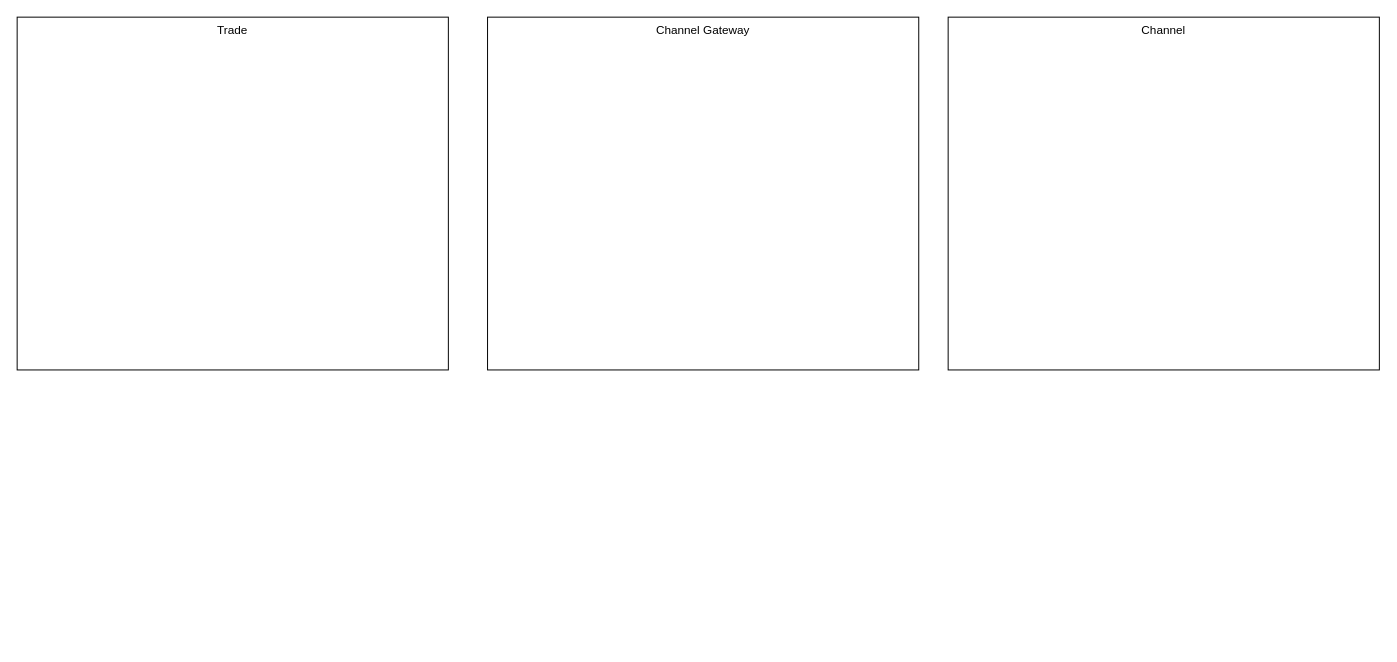
catface996/images keeps this draw.io diagram as reconciliation solution.drawio. Above is the earlier version. Source tidied: cells renumbered, new cells numbered last; positions are measured from the earlier drawing's top-left corner, leaving out a move shared by most shapes. Both pictures are drawn from the tidied source at 98%, with x=0, y=0 at pixel (17, 17).
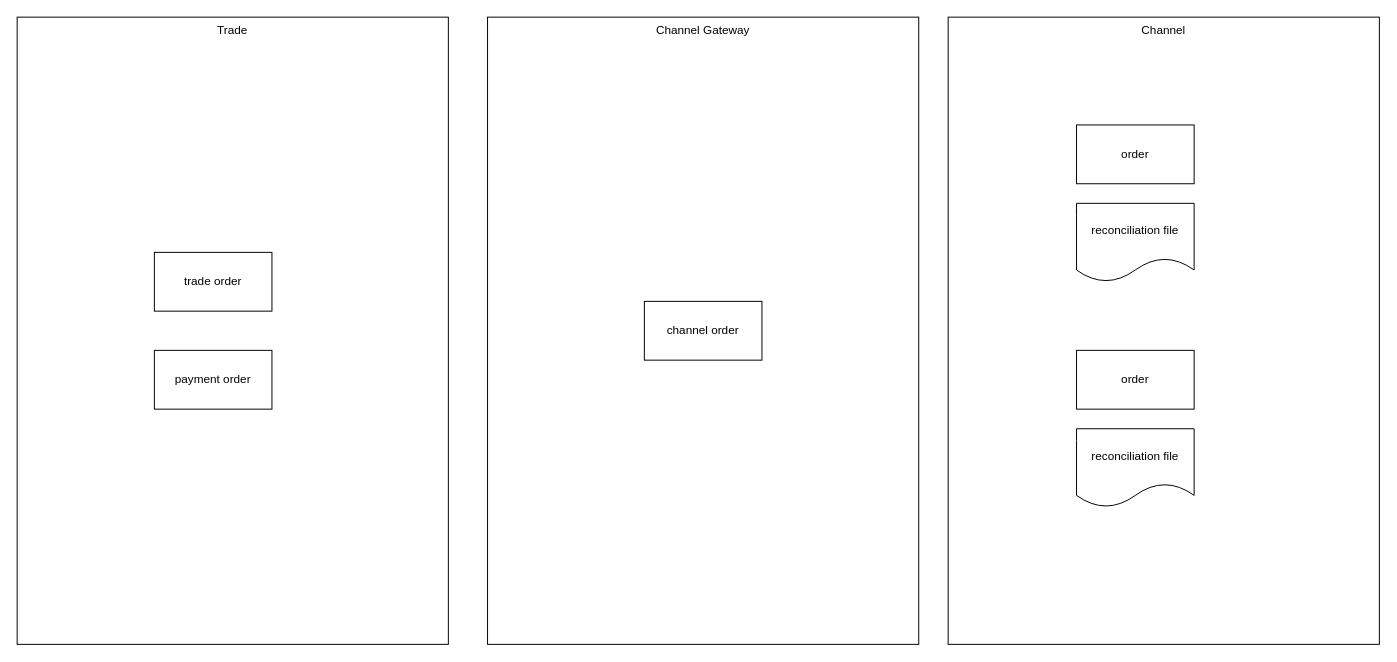
The same page after the edit.

Diff of the diagram source:
```diff
@@
 <mxGraphModel>
   <root>
     <mxCell id="0" />
     <mxCell id="1" parent="0" />
     <mxCell id="2" value="Trade" style="rounded=0;whiteSpace=wrap;html=1;align=center;verticalAlign=top;" parent="1" vertex="1">
-      <mxGeometry width="440" height="360" as="geometry" />
+      <mxGeometry width="440" height="640" as="geometry" />
     </mxCell>
     <mxCell id="3" value="Channel Gateway" style="rounded=0;whiteSpace=wrap;html=1;align=center;verticalAlign=top;" parent="1" vertex="1">
-      <mxGeometry x="480" width="440" height="360" as="geometry" />
+      <mxGeometry x="480" width="440" height="640" as="geometry" />
     </mxCell>
     <mxCell id="4" value="Channel" style="rounded=0;whiteSpace=wrap;html=1;align=center;verticalAlign=top;" parent="1" vertex="1">
-      <mxGeometry x="950" width="440" height="360" as="geometry" />
+      <mxGeometry x="950" width="440" height="640" as="geometry" />
     </mxCell>
+    <mxCell id="5" value="trade order" style="rounded=0;whiteSpace=wrap;html=1;" parent="1" vertex="1">
+      <mxGeometry x="140" y="240" width="120" height="60" as="geometry" />
+    </mxCell>
+    <mxCell id="6" value="payment order" style="rounded=0;whiteSpace=wrap;html=1;" parent="1" vertex="1">
+      <mxGeometry x="140" y="340" width="120" height="60" as="geometry" />
+    </mxCell>
+    <mxCell id="7" value="channel order" style="rounded=0;whiteSpace=wrap;html=1;" parent="1" vertex="1">
+      <mxGeometry x="640" y="290" width="120" height="60" as="geometry" />
+    </mxCell>
+    <mxCell id="8" value="reconciliation file" style="shape=document;whiteSpace=wrap;html=1;boundedLbl=1;" parent="1" vertex="1">
+      <mxGeometry x="1081" y="420" width="120" height="80" as="geometry" />
+    </mxCell>
+    <mxCell id="9" value="order" style="rounded=0;whiteSpace=wrap;html=1;" parent="1" vertex="1">
+      <mxGeometry x="1081" y="340" width="120" height="60" as="geometry" />
+    </mxCell>
+    <mxCell id="10" value="reconciliation file" style="shape=document;whiteSpace=wrap;html=1;boundedLbl=1;" parent="1" vertex="1">
+      <mxGeometry x="1081" y="190" width="120" height="80" as="geometry" />
+    </mxCell>
+    <mxCell id="11" value="order" style="rounded=0;whiteSpace=wrap;html=1;" parent="1" vertex="1">
+      <mxGeometry x="1081" y="110" width="120" height="60" as="geometry" />
+    </mxCell>
   </root>
 </mxGraphModel>
```
